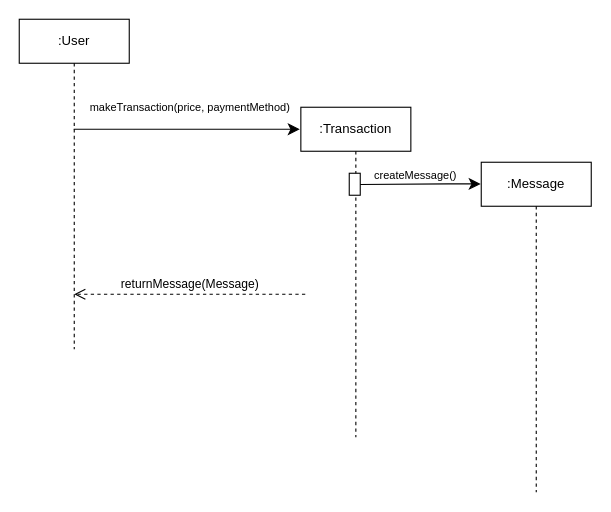
Before: page "Page-2" (2 of 2) of Workshop4.drawio in antonykimuom/SWEN30006-2025-SM1-workshop1-tuew05-14-00-team-12, a draw.io diagram. Source tidied: cells renumbered, new cells numbered last; positions are measured from the earlier drawing's top-left corner, leaving out a move shared by most shapes. Both pictures are drawn from the tidied source at 110%, with x=0, y=0 at pixel (19, 19).
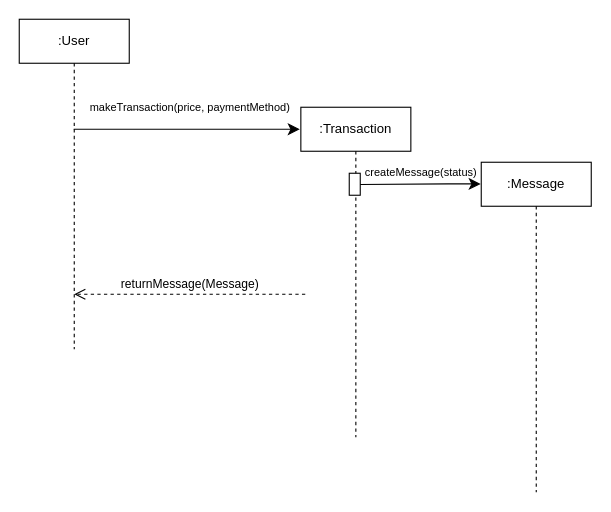
After the change.

Commit message:
fixed createMessage method

The edit, as a diff of the source:
```diff
@@
 <mxGraphModel>
   <root>
     <mxCell id="0" />
     <mxCell id="1" parent="0" />
     <mxCell id="2" style="edgeStyle=none;curved=0;rounded=0;jettySize=auto;html=1;fontSize=12;startSize=8;endSize=8;" parent="1" edge="1" source="3">
       <mxGeometry relative="1" as="geometry">
         <mxPoint x="255" y="100" as="targetPoint" />
         <Array as="points">
           <mxPoint x="210" y="100" />
         </Array>
       </mxGeometry>
     </mxCell>
     <mxCell id="3" value=":User" style="shape=umlLifeline;perimeter=lifelinePerimeter;whiteSpace=wrap;html=1;outlineConnect=0;portConstraint=eastwest;newEdgeStyle={&quot;curved&quot;:0,&quot;rounded&quot;:0};" parent="1" vertex="1">
       <mxGeometry width="100" height="300" as="geometry" />
     </mxCell>
     <mxCell id="4" value=":Message" style="shape=umlLifeline;perimeter=lifelinePerimeter;whiteSpace=wrap;html=1;newEdgeStyle={&quot;curved&quot;:0,&quot;rounded&quot;:0};" parent="1" vertex="1">
       <mxGeometry x="420" y="130" width="100" height="300" as="geometry" />
     </mxCell>
     <mxCell id="5" value=":Transaction" style="shape=umlLifeline;perimeter=lifelinePerimeter;whiteSpace=wrap;html=1;newEdgeStyle={&quot;curved&quot;:0,&quot;rounded&quot;:0};" parent="1" vertex="1">
       <mxGeometry x="256" y="80" width="100" height="300" as="geometry" />
     </mxCell>
     <mxCell id="6" style="html=1;perimeter=orthogonalPerimeter;targetShapes=umlLifeline;newEdgeStyle={&quot;curved&quot;:0,&quot;rounded&quot;:0};" parent="5" vertex="1">
       <mxGeometry x="44" y="60" width="10" height="20" as="geometry" />
     </mxCell>
     <mxCell id="7" value="makeTransaction(price, paymentMethod)" style="text;html=1;align=center;verticalAlign=middle;strokeColor=none;fillColor=none;fontSize=10;" parent="1" vertex="1">
       <mxGeometry x="50" y="65" width="210" height="30" as="geometry" />
     </mxCell>
     <mxCell id="8" style="edgeStyle=none;curved=0;rounded=0;orthogonalLoop=1;jettySize=auto;html=1;fontSize=12;startSize=8;endSize=8;" parent="1" edge="1">
       <mxGeometry relative="1" as="geometry">
         <mxPoint x="310" y="150.2" as="sourcePoint" />
         <mxPoint x="419.5" y="149.7" as="targetPoint" />
         <Array as="points">
           <mxPoint x="390" y="149.7" />
         </Array>
       </mxGeometry>
     </mxCell>
     <mxCell id="9" value="returnMessage(Message)" style="html=1;verticalAlign=bottom;endArrow=open;dashed=1;endSize=8;curved=0;rounded=0;" parent="1" edge="1">
       <mxGeometry relative="1" as="geometry">
         <mxPoint x="260" y="250" as="sourcePoint" />
         <mxPoint x="50" y="250" as="targetPoint" />
       </mxGeometry>
     </mxCell>
-    <mxCell id="10" value="createMessage()" style="text;html=1;align=center;verticalAlign=middle;strokeColor=none;fillColor=none;fontSize=10;" parent="1" vertex="1">
-      <mxGeometry x="310" y="127" width="100" height="30" as="geometry" />
+    <mxCell id="10" value="createMessage(status)" style="text;html=1;align=center;verticalAlign=middle;strokeColor=none;fillColor=none;fontSize=10;" parent="1" vertex="1">
+      <mxGeometry x="300" y="124" width="130" height="30" as="geometry" />
     </mxCell>
   </root>
 </mxGraphModel>
```
